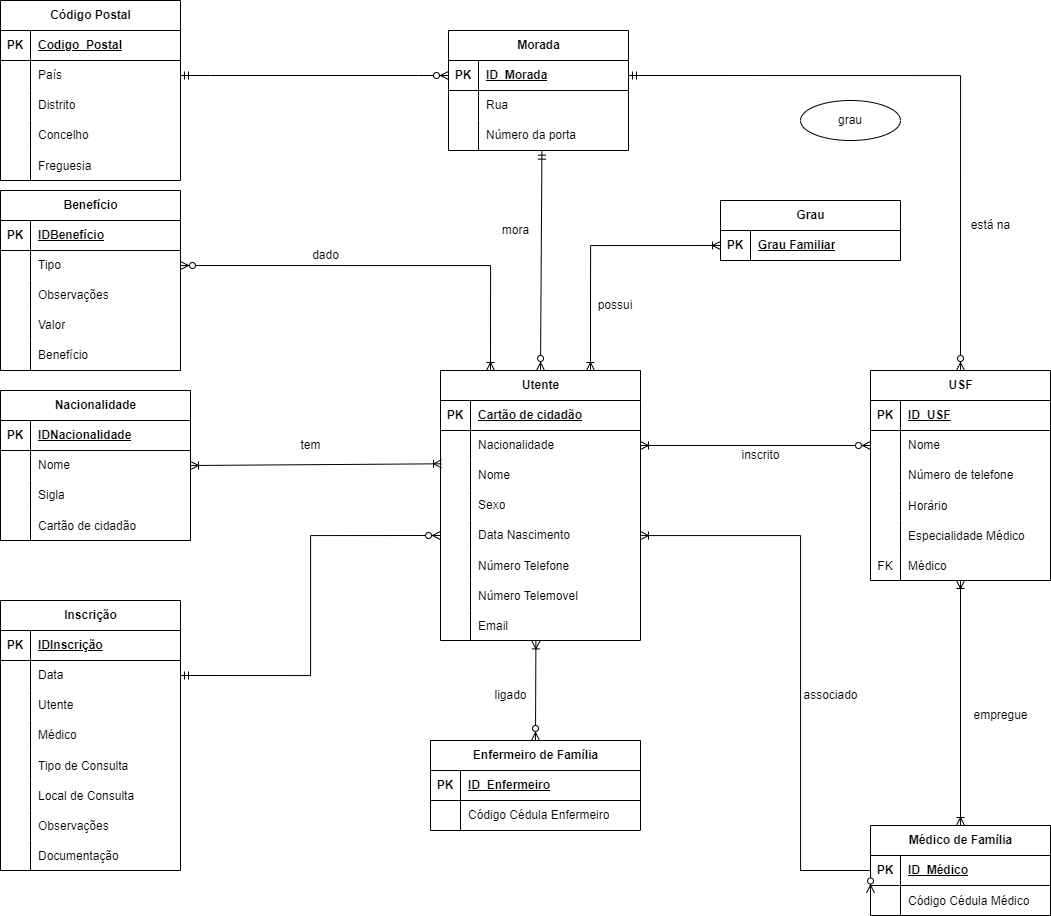
This is Diagramas/ER/RNU_ER.png from xaloftal/RCE, a draw.io export, as it was before one commit. Source tidied: cells renumbered, new cells last; positions are measured from the earlier drawing's top-left corner, leaving out a move shared by most shapes.
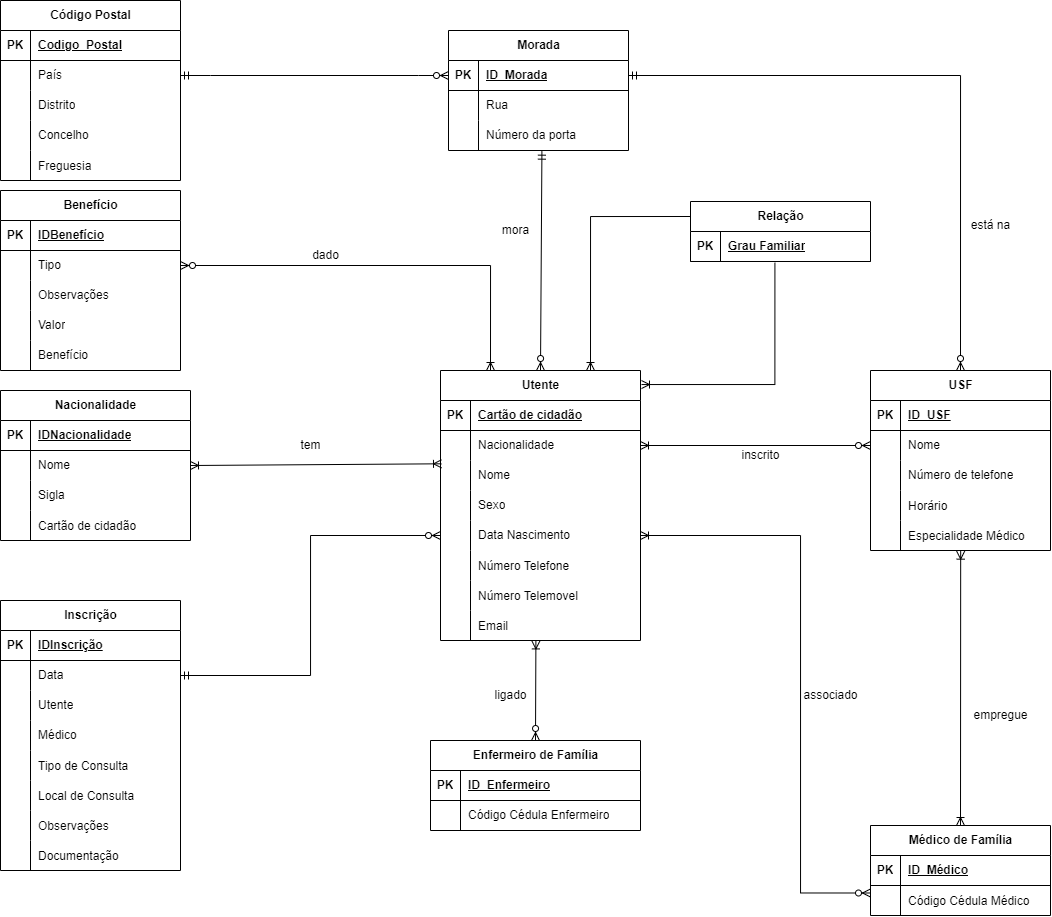
Above is the later version.

Change to the diagram source:
```diff
@@ -291,7 +291,7 @@
       <mxGeometry x="490" y="215" width="50" height="30" as="geometry" />
     </mxCell>
     <mxCell id="98" value="USF" style="shape=table;startSize=30;rowLines=0;fontStyle=1;align=center;html=1;" parent="1" vertex="1">
-      <mxGeometry x="870" y="370" width="180" height="210" as="geometry" />
+      <mxGeometry x="870" y="370" width="180" height="180" as="geometry" />
     </mxCell>
     <mxCell id="99" style="shape=tableRow;horizontal=0;startSize=0;swimlaneHead=0;swimlaneBody=0;fillColor=none;top=0;left=0;right=0;bottom=1;" parent="98" vertex="1">
       <mxGeometry y="30" width="180" height="30" as="geometry" />
@@ -338,15 +338,6 @@
     <mxCell id="113" value="Especialidade Médico" style="shape=partialRectangle;fillColor=none;top=0;left=0;bottom=0;right=0;align=left;spacingLeft=6;overflow=hidden;" parent="111" vertex="1">
       <mxGeometry x="30" width="150" height="30" as="geometry" />
     </mxCell>
-    <mxCell id="114" style="shape=tableRow;horizontal=0;startSize=0;swimlaneHead=0;swimlaneBody=0;fillColor=none;top=0;left=0;right=0;bottom=0;" parent="98" vertex="1">
-      <mxGeometry y="180" width="180" height="30" as="geometry" />
-    </mxCell>
-    <mxCell id="115" value="FK" style="shape=partialRectangle;fillColor=none;top=0;left=0;bottom=0;right=0;overflow=hidden;" parent="114" vertex="1">
-      <mxGeometry width="30" height="30" as="geometry" />
-    </mxCell>
-    <mxCell id="116" value="Médico" style="shape=partialRectangle;fillColor=none;top=0;left=0;bottom=0;right=0;align=left;spacingLeft=6;overflow=hidden;" parent="114" vertex="1">
-      <mxGeometry x="30" width="150" height="30" as="geometry" />
-    </mxCell>
     <mxCell id="117" style="fontSize=12;html=1;endArrow=ERoneToMany;startArrow=ERzeroToMany;rounded=0;entryX=1;entryY=0.5;entryDx=0;entryDy=0;exitX=0;exitY=0.5;exitDx=0;exitDy=0;" parent="1" edge="1" source="102" target="6">
       <mxGeometry relative="1" as="geometry" />
     </mxCell>
@@ -356,15 +347,13 @@
     <mxCell id="119" style="fontSize=12;html=1;endArrow=ERzeroToMany;startArrow=ERmandOne;rounded=0;entryX=0.5;entryY=0;entryDx=0;entryDy=0;exitX=1;exitY=0.5;exitDx=0;exitDy=0;edgeStyle=orthogonalEdgeStyle;" parent="1" edge="1" source="147" target="98">
       <mxGeometry relative="1" as="geometry" />
     </mxCell>
-    <mxCell id="120" style="fontSize=12;html=1;endArrow=ERoneToMany;startArrow=ERoneToMany;rounded=0;exitX=0.5;exitY=0;exitDx=0;exitDy=0;" parent="1" edge="1" source="65">
-      <mxGeometry relative="1" as="geometry">
-        <mxPoint x="960" y="580" as="targetPoint" />
-      </mxGeometry>
+    <mxCell id="120" style="fontSize=12;html=1;endArrow=ERoneToMany;startArrow=ERoneToMany;rounded=0;exitX=0.5;exitY=0;exitDx=0;exitDy=0;entryX=0.501;entryY=1.022;entryDx=0;entryDy=0;entryPerimeter=0;" parent="1" edge="1" source="65" target="111">
+      <mxGeometry relative="1" as="geometry" />
     </mxCell>
     <mxCell id="121" style="fontSize=12;html=1;endArrow=ERoneToMany;startArrow=ERzeroToMany;rounded=0;exitX=0;exitY=0.75;exitDx=0;exitDy=0;edgeStyle=orthogonalEdgeStyle;" parent="1" edge="1" source="65" target="15">
       <mxGeometry relative="1" as="geometry">
         <Array as="points">
-          <mxPoint x="800" y="870" />
+          <mxPoint x="800" y="893" />
           <mxPoint x="800" y="535" />
         </Array>
       </mxGeometry>
@@ -390,9 +379,6 @@
     <mxCell id="128" value="ligado" style="text;html=1;align=center;verticalAlign=middle;strokeColor=none;fillColor=none;" parent="1" vertex="1">
       <mxGeometry x="480" y="680" width="60" height="30" as="geometry" />
     </mxCell>
-    <mxCell id="129" value="grau" style="ellipse;whiteSpace=wrap;html=1;align=center;" parent="1" vertex="1">
-      <mxGeometry x="800" y="100" width="100" height="40" as="geometry" />
-    </mxCell>
     <mxCell id="130" value="Código Postal" style="shape=table;startSize=30;rowLines=0;fontStyle=1;align=center;html=1;" parent="1" vertex="1">
       <mxGeometry width="180" height="180" as="geometry" />
     </mxCell>
@@ -480,15 +466,8 @@
     <mxCell id="158" style="fontSize=12;html=1;endArrow=ERzeroToMany;startArrow=ERmandOne;rounded=0;entryX=0.5;entryY=0;entryDx=0;entryDy=0;exitX=0.519;exitY=1.022;exitDx=0;exitDy=0;exitPerimeter=0;" parent="1" edge="1" source="153" target="2">
       <mxGeometry relative="1" as="geometry" />
     </mxCell>
-    <mxCell id="159" style="edgeStyle=orthogonalEdgeStyle;fontSize=12;html=1;endArrow=ERoneToMany;startArrow=ERoneToMany;rounded=0;exitX=0.75;exitY=0;exitDx=0;exitDy=0;entryX=0;entryY=0.5;entryDx=0;entryDy=0;" parent="1" edge="1" source="2" target="161">
-      <mxGeometry relative="1" as="geometry">
-        <Array as="points">
-          <mxPoint x="590" y="245" />
-        </Array>
-      </mxGeometry>
-    </mxCell>
-    <mxCell id="160" value="Grau" style="shape=table;startSize=30;rowLines=0;fontStyle=1;align=center;html=1;" parent="1" vertex="1">
-      <mxGeometry x="720" y="200" width="180" height="60" as="geometry" />
+    <mxCell id="160" value="Relação" style="shape=table;startSize=30;rowLines=0;fontStyle=1;align=center;html=1;" parent="1" vertex="1">
+      <mxGeometry x="690" y="201" width="180" height="60" as="geometry" />
     </mxCell>
     <mxCell id="161" style="shape=tableRow;horizontal=0;startSize=0;swimlaneHead=0;swimlaneBody=0;fillColor=none;points=[[0,0.5],[1,0.5]];portConstraint=eastwest;top=0;left=0;right=0;bottom=1;" parent="160" vertex="1">
       <mxGeometry y="30" width="180" height="30" as="geometry" />
@@ -499,8 +478,15 @@
     <mxCell id="163" value="Grau Familiar" style="shape=partialRectangle;fillColor=none;top=0;left=0;bottom=0;right=0;align=left;spacingLeft=6;fontStyle=5;overflow=hidden;whiteSpace=wrap;html=1;" parent="161" vertex="1">
       <mxGeometry x="30" width="150" height="30" as="geometry" />
     </mxCell>
-    <mxCell id="164" value="possui" style="text;html=1;strokeColor=none;fillColor=none;align=center;verticalAlign=middle;whiteSpace=wrap;rounded=0;" parent="1" vertex="1">
-      <mxGeometry x="565" y="290" width="100" height="30" as="geometry" />
-    </mxCell>
+    <mxCell id="165" style="edgeStyle=orthogonalEdgeStyle;fontSize=12;html=1;endArrow=ERoneToMany;rounded=0;entryX=0.75;entryY=0;entryDx=0;entryDy=0;exitX=0;exitY=0.25;exitDx=0;exitDy=0;" parent="1" edge="1" source="160" target="2">
+      <mxGeometry relative="1" as="geometry" />
+    </mxCell>
+    <mxCell id="166" style="edgeStyle=orthogonalEdgeStyle;fontSize=12;html=1;endArrow=ERoneToMany;rounded=0;entryX=1.005;entryY=0.052;entryDx=0;entryDy=0;exitX=0.469;exitY=1.042;exitDx=0;exitDy=0;exitPerimeter=0;entryPerimeter=0;" parent="1" edge="1" source="161" target="2">
+      <mxGeometry relative="1" as="geometry">
+        <Array as="points">
+          <mxPoint x="774" y="384" />
+        </Array>
+      </mxGeometry>
+    </mxCell>
   </root>
 </mxGraphModel>
```
